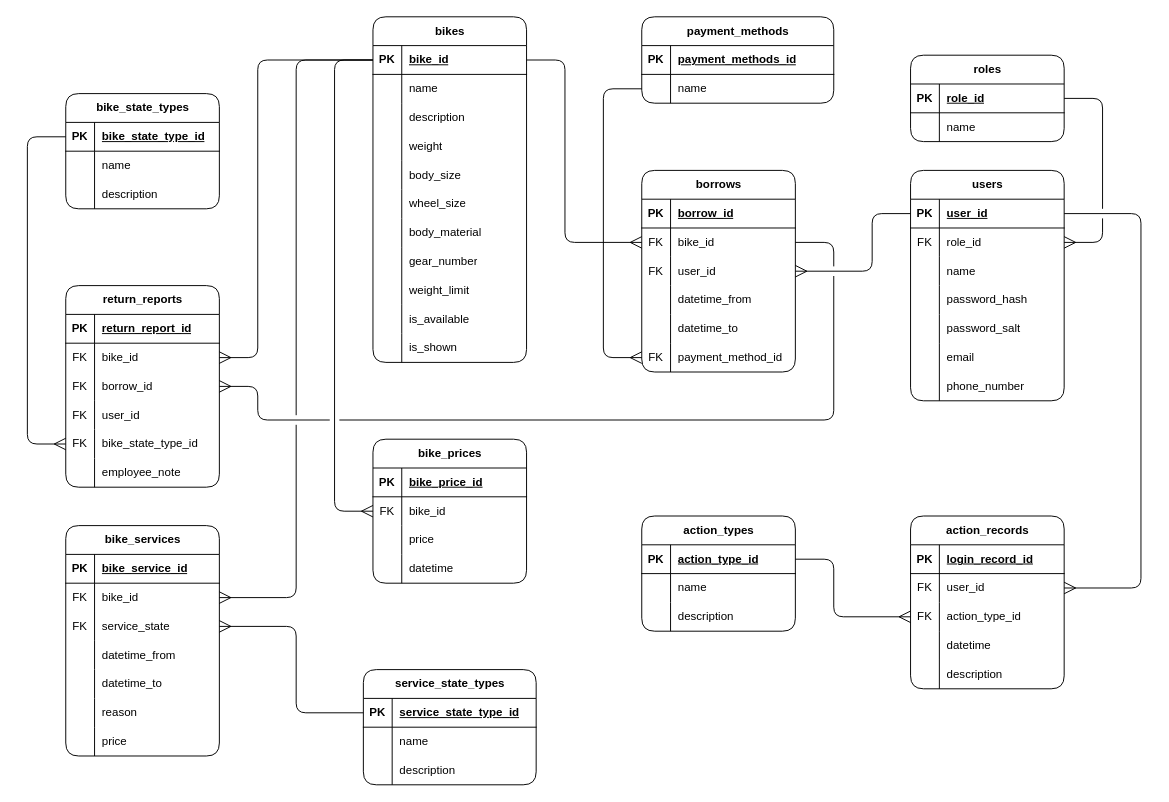
Earlier version of the draw.io diagram page "ER Diagram" (6 of 6) of diagrams.drawio (KrazyManJ/jolt). Source tidied: cells renumbered, new cells numbered last; positions are measured from the earlier drawing's top-left corner, leaving out a move shared by most shapes. Both pictures are drawn from the tidied source at 96%, with x=0, y=0 at pixel (27, 16).
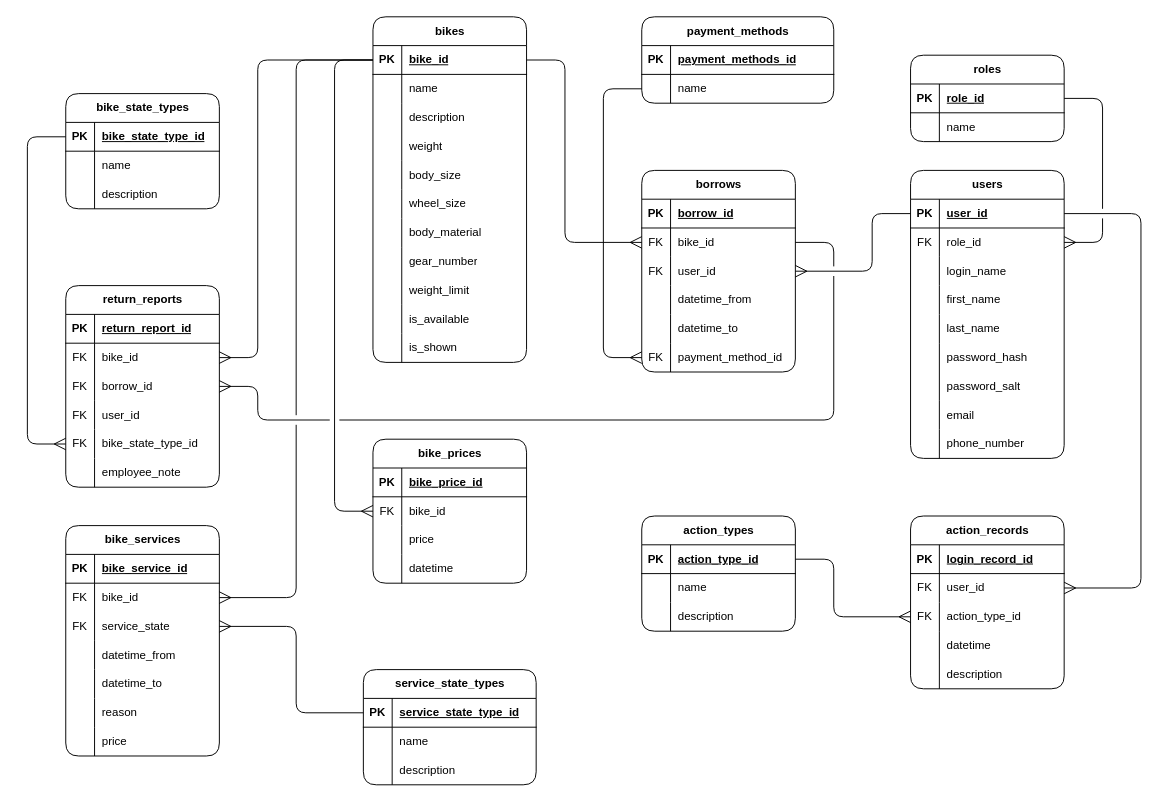
The same diagram, later.

Commit message:
Added first and last name for entity users in er diagram

Unchanged cells that the change refers to:
```xml
<mxCell id="77" style="shape=tableRow;horizontal=0;startSize=0;swimlaneHead=0;swimlaneBody=0;fillColor=none;top=0;left=0;right=0;bottom=0;html=1;" parent="70" vertex="1">
  <mxGeometry y="90" width="160" height="30" as="geometry" />
</mxCell>
```

Diff of the diagram source:
```diff
@@
     <mxCell id="70" value="users" style="shape=table;startSize=30;childLayout=tableLayout;rowLines=0;fontStyle=1;align=center;html=1;rounded=1;" parent="1" vertex="1">
-      <mxGeometry x="920" y="160" width="160" height="240" as="geometry" />
+      <mxGeometry x="920" y="160" width="160" height="300" as="geometry" />
     </mxCell>
@@
-    <mxCell id="79" value="name" style="shape=partialRectangle;fillColor=none;top=0;left=0;bottom=0;right=0;align=left;spacingLeft=6;overflow=hidden;html=1;" parent="77" vertex="1">
+    <mxCell id="79" value="login_name" style="shape=partialRectangle;fillColor=none;top=0;left=0;bottom=0;right=0;align=left;spacingLeft=6;overflow=hidden;html=1;" parent="77" vertex="1">
       <mxGeometry x="30" width="130" height="30" as="geometry" />
     </mxCell>
+    <mxCell id="203" style="shape=tableRow;horizontal=0;startSize=0;swimlaneHead=0;swimlaneBody=0;fillColor=none;top=0;left=0;right=0;bottom=0;html=1;" parent="70" vertex="1">
+      <mxGeometry y="120" width="160" height="30" as="geometry" />
+    </mxCell>
+    <mxCell id="204" style="shape=partialRectangle;fillColor=none;top=0;left=0;bottom=0;right=0;overflow=hidden;html=1;fontStyle=0;" parent="203" vertex="1">
+      <mxGeometry width="30" height="30" as="geometry" />
+    </mxCell>
+    <mxCell id="205" value="first_name" style="shape=partialRectangle;fillColor=none;top=0;left=0;bottom=0;right=0;align=left;spacingLeft=6;overflow=hidden;html=1;" parent="203" vertex="1">
+      <mxGeometry x="30" width="130" height="30" as="geometry" />
+    </mxCell>
+    <mxCell id="206" style="shape=tableRow;horizontal=0;startSize=0;swimlaneHead=0;swimlaneBody=0;fillColor=none;top=0;left=0;right=0;bottom=0;html=1;" parent="70" vertex="1">
+      <mxGeometry y="150" width="160" height="30" as="geometry" />
+    </mxCell>
+    <mxCell id="207" style="shape=partialRectangle;fillColor=none;top=0;left=0;bottom=0;right=0;overflow=hidden;html=1;fontStyle=0;" parent="206" vertex="1">
+      <mxGeometry width="30" height="30" as="geometry" />
+    </mxCell>
+    <mxCell id="208" value="last_name" style="shape=partialRectangle;fillColor=none;top=0;left=0;bottom=0;right=0;align=left;spacingLeft=6;overflow=hidden;html=1;" parent="206" vertex="1">
+      <mxGeometry x="30" width="130" height="30" as="geometry" />
+    </mxCell>
     <mxCell id="80" style="shape=tableRow;horizontal=0;startSize=0;swimlaneHead=0;swimlaneBody=0;fillColor=none;top=0;left=0;right=0;bottom=0;html=1;" parent="70" vertex="1">
-      <mxGeometry y="120" width="160" height="30" as="geometry" />
+      <mxGeometry y="180" width="160" height="30" as="geometry" />
     </mxCell>
@@
     <mxCell id="83" style="shape=tableRow;horizontal=0;startSize=0;swimlaneHead=0;swimlaneBody=0;fillColor=none;top=0;left=0;right=0;bottom=0;html=1;" parent="70" vertex="1">
-      <mxGeometry y="150" width="160" height="30" as="geometry" />
+      <mxGeometry y="210" width="160" height="30" as="geometry" />
     </mxCell>
@@
     <mxCell id="86" style="shape=tableRow;horizontal=0;startSize=0;swimlaneHead=0;swimlaneBody=0;fillColor=none;top=0;left=0;right=0;bottom=0;html=1;" parent="70" vertex="1">
-      <mxGeometry y="180" width="160" height="30" as="geometry" />
+      <mxGeometry y="240" width="160" height="30" as="geometry" />
     </mxCell>
@@
     <mxCell id="89" style="shape=tableRow;horizontal=0;startSize=0;swimlaneHead=0;swimlaneBody=0;fillColor=none;top=0;left=0;right=0;bottom=0;html=1;" parent="70" vertex="1">
-      <mxGeometry y="210" width="160" height="30" as="geometry" />
+      <mxGeometry y="270" width="160" height="30" as="geometry" />
     </mxCell>
```
